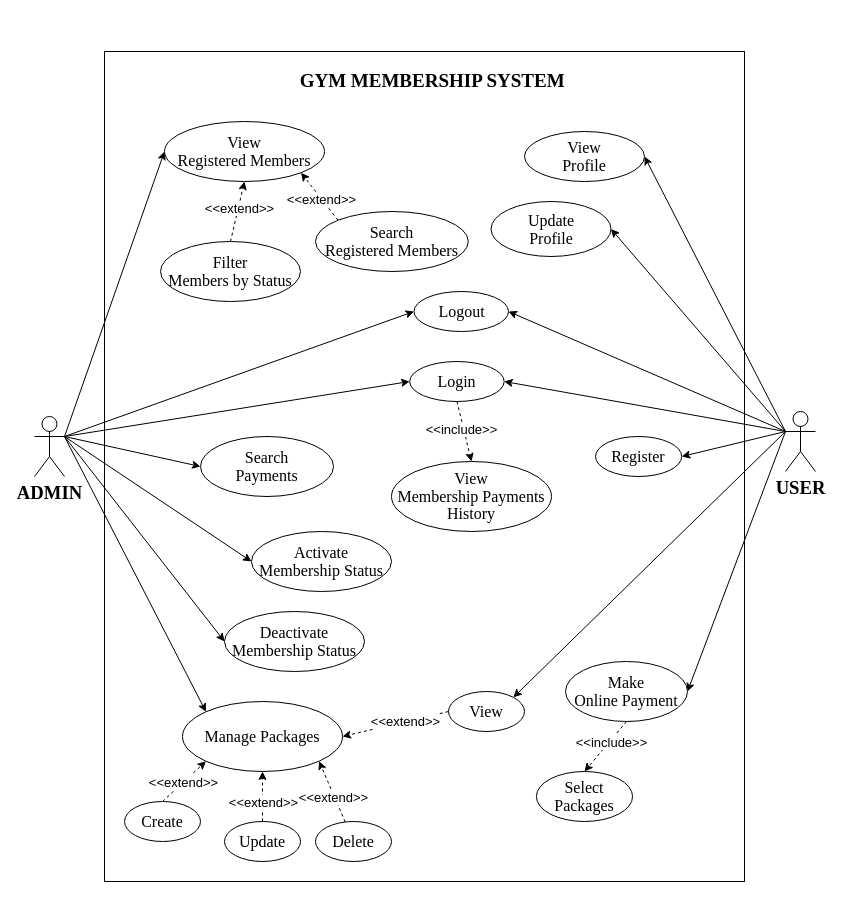
AbeSoll/Draw.io keeps this draw.io diagram as Use Case Gym_Membership.drawio. Above is the earlier version. Source tidied: cells renumbered, new cells numbered last; positions are measured from the earlier drawing's top-left corner, leaving out a move shared by most shapes. Both pictures are drawn from the tidied source at 100%, with x=0, y=0 at pixel (34, 51).
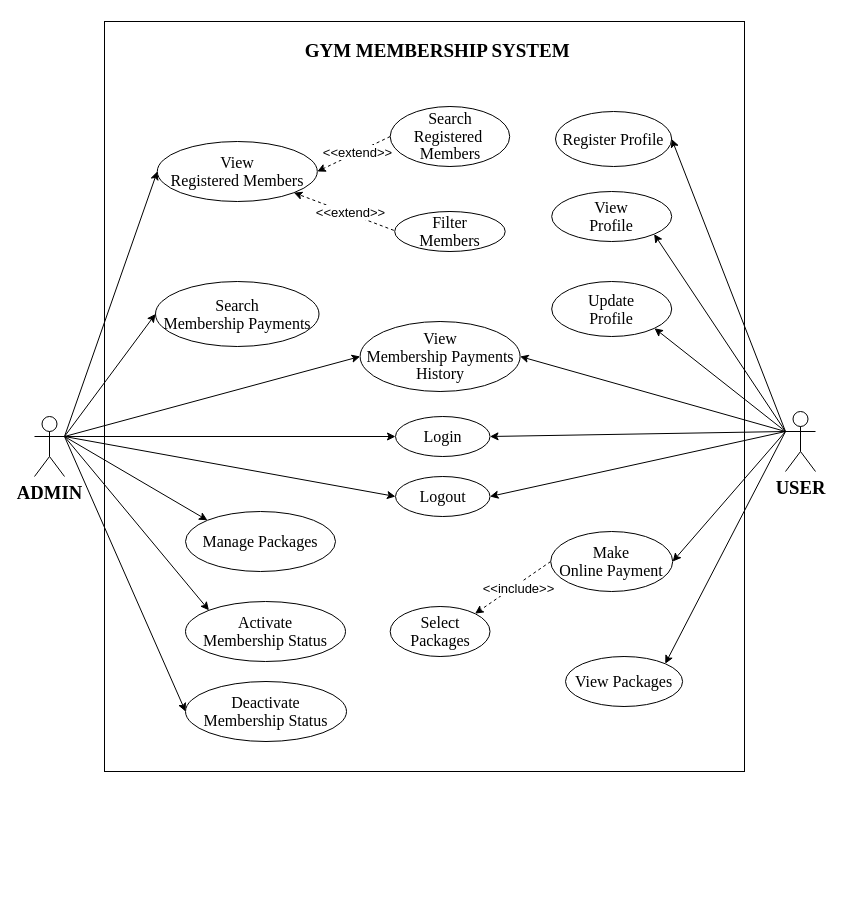
The same page after the edit.

Unchanged cells that the change refers to:
```xml
<mxCell id="10" value="&lt;b&gt;&lt;span style=&quot;font-size: 14pt; line-height: 107%; font-family: &amp;quot;Times New Roman&amp;quot;, serif;&quot;&gt;ADMIN&lt;/span&gt;&lt;/b&gt;" style="shape=umlActor;verticalLabelPosition=bottom;verticalAlign=top;html=1;outlineConnect=0;" parent="1" vertex="1">
  <mxGeometry y="365" width="30" height="60" as="geometry" />
</mxCell>
<mxCell id="18" value="&lt;b&gt;&lt;span style=&quot;font-size: 14pt; line-height: 107%; font-family: &amp;quot;Times New Roman&amp;quot;, serif;&quot;&gt;USER&lt;/span&gt;&lt;/b&gt;" style="shape=umlActor;verticalLabelPosition=bottom;verticalAlign=top;html=1;outlineConnect=0;" parent="1" vertex="1">
  <mxGeometry x="751" y="360" width="30" height="60" as="geometry" />
</mxCell>
```

The edit, as a diff of the source:
```diff
@@
     <mxCell id="2" style="rounded=0;whiteSpace=wrap;html=1;" parent="1" vertex="1">
-      <mxGeometry x="70" width="640" height="830" as="geometry" />
+      <mxGeometry x="70" y="-30" width="640" height="750" as="geometry" />
     </mxCell>
@@
-    <mxCell id="8" style="rounded=0;jettySize=auto;html=1;exitX=1;exitY=0.3333333333333333;exitDx=0;exitDy=0;exitPerimeter=0;entryX=0;entryY=0.5;entryDx=0;entryDy=0;" parent="1" edge="1" source="10" target="53">
+    <mxCell id="8" style="rounded=0;jettySize=auto;html=1;exitX=1;exitY=0.3333333333333333;exitDx=0;exitDy=0;exitPerimeter=0;entryX=0;entryY=0;entryDx=0;entryDy=0;" parent="1" edge="1" source="10" target="53">
       <mxGeometry relative="1" as="geometry" />
     </mxCell>
@@
+    <mxCell id="55" style="rounded=0;jettySize=auto;html=1;exitX=1;exitY=0.3333333333333333;exitDx=0;exitDy=0;exitPerimeter=0;entryX=0;entryY=0.5;entryDx=0;entryDy=0;" parent="1" edge="1" source="10" target="28">
+      <mxGeometry relative="1" as="geometry" />
+    </mxCell>
@@
-    <mxCell id="11" style="rounded=0;jettySize=auto;html=1;exitX=0;exitY=0.3333333333333333;exitDx=0;exitDy=0;exitPerimeter=0;entryX=1;entryY=0.5;entryDx=0;entryDy=0;" parent="1" edge="1" source="18" target="31">
+    <mxCell id="11" style="rounded=0;jettySize=auto;html=1;exitX=0;exitY=0.3333333333333333;exitDx=0;exitDy=0;exitPerimeter=0;entryX=1;entryY=1;entryDx=0;entryDy=0;" parent="1" edge="1" source="18" target="31">
       <mxGeometry relative="1" as="geometry" />
     </mxCell>
-    <mxCell id="12" style="rounded=0;jettySize=auto;html=1;exitX=0;exitY=0.3333333333333333;exitDx=0;exitDy=0;exitPerimeter=0;entryX=1;entryY=0.5;entryDx=0;entryDy=0;" parent="1" edge="1" source="18" target="35">
+    <mxCell id="12" style="rounded=0;jettySize=auto;html=1;exitX=0;exitY=0.3333333333333333;exitDx=0;exitDy=0;exitPerimeter=0;entryX=1;entryY=1;entryDx=0;entryDy=0;" parent="1" edge="1" source="18" target="35">
       <mxGeometry relative="1" as="geometry" />
     </mxCell>
@@
+    <mxCell id="56" style="rounded=0;jettySize=auto;html=1;exitX=0;exitY=0.3333333333333333;exitDx=0;exitDy=0;exitPerimeter=0;entryX=1;entryY=0.5;entryDx=0;entryDy=0;" parent="1" edge="1" source="18" target="28">
+      <mxGeometry relative="1" as="geometry" />
+    </mxCell>
@@
     <mxCell id="19" value="&lt;p class=&quot;MsoNormal&quot; align=&quot;center&quot; style=&quot;margin-bottom: 0cm; line-height: 150%;&quot;&gt;&lt;b&gt;&lt;span style=&quot;line-height: 150%; font-family: &amp;quot;Times New Roman&amp;quot;, serif;&quot;&gt;GYM MEMBERSHIP SYSTEM&amp;nbsp;&lt;/span&gt;&lt;/b&gt;&lt;/p&gt;" style="text;html=1;align=center;verticalAlign=middle;whiteSpace=wrap;rounded=0;fontStyle=1;fontSize=19;" parent="1" vertex="1">
-      <mxGeometry x="223.5" width="353" height="40" as="geometry" />
+      <mxGeometry x="229.1" y="-30" width="353" height="40" as="geometry" />
     </mxCell>
-    <mxCell id="20" value="&lt;span style=&quot;font-size: 12pt; line-height: 107%; font-family: &amp;quot;Times New Roman&amp;quot;, serif;&quot;&gt;Register&lt;/span&gt;" style="ellipse;whiteSpace=wrap;html=1;" parent="1" vertex="1">
-      <mxGeometry x="561" y="385" width="86.2" height="40" as="geometry" />
+    <mxCell id="20" value="&lt;span style=&quot;font-size: 12pt; line-height: 107%; font-family: &amp;quot;Times New Roman&amp;quot;, serif;&quot;&gt;Register Profile&lt;/span&gt;" style="ellipse;whiteSpace=wrap;html=1;" parent="1" vertex="1">
+      <mxGeometry x="521" y="60" width="116.2" height="55" as="geometry" />
     </mxCell>
     <mxCell id="21" value="&lt;span style=&quot;font-size: 12pt; line-height: 107%; font-family: &amp;quot;Times New Roman&amp;quot;, serif;&quot;&gt;View&lt;br/&gt;Registered Members&lt;/span&gt;" style="ellipse;whiteSpace=wrap;html=1;" parent="1" vertex="1">
-      <mxGeometry x="130" y="70" width="160" height="60" as="geometry" />
+      <mxGeometry x="122.8" y="90" width="160" height="60" as="geometry" />
     </mxCell>
-    <mxCell id="22" style="rounded=0;jettySize=auto;html=1;exitX=0;exitY=0;exitDx=0;exitDy=0;entryX=1;entryY=1;entryDx=0;entryDy=0;dashed=1;" parent="1" edge="1" source="24" target="21">
+    <mxCell id="22" style="rounded=0;jettySize=auto;html=1;exitX=0;exitY=0.5;exitDx=0;exitDy=0;entryX=1;entryY=0.5;entryDx=0;entryDy=0;dashed=1;" parent="1" edge="1" source="24" target="21">
       <mxGeometry relative="1" as="geometry" />
     </mxCell>
     <mxCell id="23" value="&amp;lt;&amp;lt;extend&amp;gt;&amp;gt;" style="edgeLabel;html=1;align=center;verticalAlign=middle;fontSize=13;" parent="22" vertex="1">
-      <mxGeometry x="-0.09" relative="1" as="geometry" />
+      <mxGeometry x="-0.09" relative="1" as="geometry">
+        <mxPoint y="-1" as="offset" />
+      </mxGeometry>
     </mxCell>
-    <mxCell id="24" value="&lt;span style=&quot;font-size: 12pt; line-height: 107%; font-family: &amp;quot;Times New Roman&amp;quot;, serif;&quot;&gt;Search&lt;br/&gt;Registered Members&lt;/span&gt;" style="ellipse;whiteSpace=wrap;html=1;" parent="1" vertex="1">
-      <mxGeometry x="281" y="160" width="152.8" height="60" as="geometry" />
+    <mxCell id="24" value="&lt;span style=&quot;font-size: 12pt; line-height: 107%; font-family: &amp;quot;Times New Roman&amp;quot;, serif;&quot;&gt;Search&lt;br&gt;Registered&amp;nbsp;&lt;/span&gt;&lt;div&gt;&lt;span style=&quot;font-size: 12pt; line-height: 107%; font-family: &amp;quot;Times New Roman&amp;quot;, serif;&quot;&gt;Members&lt;/span&gt;&lt;/div&gt;" style="ellipse;whiteSpace=wrap;html=1;" parent="1" vertex="1">
+      <mxGeometry x="355.7" y="55" width="119.5" height="60" as="geometry" />
     </mxCell>
-    <mxCell id="25" style="rounded=0;jettySize=auto;html=1;exitX=0.5;exitY=0;exitDx=0;exitDy=0;entryX=0.5;entryY=1;entryDx=0;entryDy=0;dashed=1;" parent="1" edge="1" source="27" target="21">
+    <mxCell id="25" style="rounded=0;jettySize=auto;html=1;exitX=0.5;exitY=1;exitDx=0;exitDy=0;entryX=1;entryY=1;entryDx=0;entryDy=0;dashed=1;" parent="1" edge="1" source="27" target="21">
       <mxGeometry relative="1" as="geometry" />
     </mxCell>
     <mxCell id="26" value="&amp;lt;&amp;lt;extend&amp;gt;&amp;gt;" style="edgeLabel;html=1;align=center;verticalAlign=middle;fontSize=13;" parent="25" vertex="1">
-      <mxGeometry x="0.12" y="-1" relative="1" as="geometry" />
+      <mxGeometry x="0.12" y="-1" relative="1" as="geometry">
+        <mxPoint x="-13" y="-6" as="offset" />
+      </mxGeometry>
     </mxCell>
-    <mxCell id="27" value="&lt;span style=&quot;font-size: 12pt; line-height: 107%; font-family: &amp;quot;Times New Roman&amp;quot;, serif;&quot;&gt;Filter&lt;br/&gt;Members by Status&lt;/span&gt;" style="ellipse;whiteSpace=wrap;html=1;" parent="1" vertex="1">
-      <mxGeometry x="126" y="190" width="140" height="60" as="geometry" />
+    <mxCell id="27" value="&lt;span class=&quot;custom-cursor-default-hover&quot; style=&quot;font-size: 12pt; line-height: 107%; font-family: &amp;quot;Times New Roman&amp;quot;, serif;&quot;&gt;Filter&lt;br&gt;Members&lt;/span&gt;" style="ellipse;whiteSpace=wrap;html=1;" parent="1" vertex="1">
+      <mxGeometry x="360.2" y="160" width="110.5" height="40" as="geometry" />
     </mxCell>
     <mxCell id="28" value="&lt;span style=&quot;font-size: 12pt; line-height: 107%; font-family: &amp;quot;Times New Roman&amp;quot;, serif;&quot;&gt;View&lt;br&gt;Membership Payments History&lt;/span&gt;" style="ellipse;whiteSpace=wrap;html=1;" parent="1" vertex="1">
-      <mxGeometry x="357" y="410" width="160" height="70" as="geometry" />
+      <mxGeometry x="325.6" y="270" width="160" height="70" as="geometry" />
     </mxCell>
-    <mxCell id="29" value="&lt;span style=&quot;font-size: 12pt; line-height: 107%; font-family: &amp;quot;Times New Roman&amp;quot;, serif;&quot;&gt;Search&lt;br/&gt;Payments&lt;/span&gt;" style="ellipse;whiteSpace=wrap;html=1;" parent="1" vertex="1">
-      <mxGeometry x="166" y="385" width="133" height="60" as="geometry" />
+    <mxCell id="29" value="&lt;span style=&quot;font-size: 12pt; line-height: 107%; font-family: &amp;quot;Times New Roman&amp;quot;, serif;&quot;&gt;Search&lt;br&gt;Membership Payments&lt;/span&gt;" style="ellipse;whiteSpace=wrap;html=1;" parent="1" vertex="1">
+      <mxGeometry x="121" y="230" width="163.5" height="65" as="geometry" />
     </mxCell>
     <mxCell id="30" value="&lt;font face=&quot;Times New Roman, serif&quot;&gt;&lt;span style=&quot;font-size: 16px;&quot;&gt;Manage Packages&lt;/span&gt;&lt;/font&gt;" style="ellipse;whiteSpace=wrap;html=1;" parent="1" vertex="1">
-      <mxGeometry x="148" y="650" width="160" height="70" as="geometry" />
+      <mxGeometry x="151" y="460" width="150" height="60" as="geometry" />
     </mxCell>
     <mxCell id="31" value="&lt;span style=&quot;font-size: 12pt; line-height: 107%; font-family: &amp;quot;Times New Roman&amp;quot;, serif;&quot;&gt;View&lt;br/&gt;Profile&lt;/span&gt;" style="ellipse;whiteSpace=wrap;html=1;" parent="1" vertex="1">
-      <mxGeometry x="490" y="80" width="120" height="50" as="geometry" />
+      <mxGeometry x="517.2" y="140" width="120" height="50" as="geometry" />
     </mxCell>
-    <mxCell id="32" style="rounded=0;jettySize=auto;html=1;exitX=0.5;exitY=1;exitDx=0;exitDy=0;entryX=0.5;entryY=0;entryDx=0;entryDy=0;dashed=1;" parent="1" edge="1" source="34" target="28">
-      <mxGeometry relative="1" as="geometry" />
-    </mxCell>
-    <mxCell id="33" value="&amp;lt;&amp;lt;include&amp;gt;&amp;gt;" style="edgeLabel;html=1;align=center;verticalAlign=middle;fontSize=13;" parent="32" vertex="1">
-      <mxGeometry x="-0.2" y="-4" relative="1" as="geometry">
-        <mxPoint x="2" y="2" as="offset" />
-      </mxGeometry>
-    </mxCell>
     <mxCell id="34" value="&lt;span style=&quot;font-size: 12pt; line-height: 107%; font-family: &amp;quot;Times New Roman&amp;quot;, serif;&quot;&gt;Login&lt;/span&gt;" style="ellipse;whiteSpace=wrap;html=1;" parent="1" vertex="1">
-      <mxGeometry x="375.2" y="310" width="94.5" height="40" as="geometry" />
+      <mxGeometry x="361" y="365" width="94.5" height="40" as="geometry" />
     </mxCell>
     <mxCell id="35" value="&lt;span style=&quot;font-size: 12pt; line-height: 107%; font-family: &amp;quot;Times New Roman&amp;quot;, serif;&quot;&gt;Update&lt;br/&gt;Profile&lt;/span&gt;" style="ellipse;whiteSpace=wrap;html=1;" parent="1" vertex="1">
-      <mxGeometry x="456.5" y="150" width="120" height="55" as="geometry" />
+      <mxGeometry x="517.2" y="230" width="120" height="55" as="geometry" />
     </mxCell>
     <mxCell id="36" value="&lt;span style=&quot;font-size: 12pt; line-height: 107%; font-family: &amp;quot;Times New Roman&amp;quot;, serif;&quot;&gt;Select&lt;br/&gt;Packages&lt;/span&gt;" style="ellipse;whiteSpace=wrap;html=1;" parent="1" vertex="1">
-      <mxGeometry x="501.9" y="720" width="96.2" height="50" as="geometry" />
+      <mxGeometry x="355.7" y="555" width="99.8" height="50" as="geometry" />
     </mxCell>
-    <mxCell id="37" style="rounded=0;jettySize=auto;html=1;exitX=0.5;exitY=1;exitDx=0;exitDy=0;entryX=0.5;entryY=0;entryDx=0;entryDy=0;dashed=1;" parent="1" edge="1" source="39" target="36">
+    <mxCell id="37" style="rounded=0;jettySize=auto;html=1;exitX=0;exitY=0.5;exitDx=0;exitDy=0;entryX=1;entryY=0;entryDx=0;entryDy=0;dashed=1;" parent="1" edge="1" source="39" target="36">
       <mxGeometry relative="1" as="geometry" />
     </mxCell>
     <mxCell id="38" value="&amp;lt;&amp;lt;include&amp;gt;&amp;gt;" style="edgeLabel;html=1;align=center;verticalAlign=middle;fontSize=13;" parent="37" vertex="1">
       <mxGeometry x="-0.21" y="2" relative="1" as="geometry">
-        <mxPoint y="-1" as="offset" />
+        <mxPoint x="-4" y="4" as="offset" />
       </mxGeometry>
     </mxCell>
     <mxCell id="39" value="&lt;span style=&quot;font-size: 12pt; line-height: 107%; font-family: &amp;quot;Times New Roman&amp;quot;, serif;&quot;&gt;Make&lt;br/&gt;Online Payment&lt;/span&gt;" style="ellipse;whiteSpace=wrap;html=1;" parent="1" vertex="1">
-      <mxGeometry x="531" y="610" width="122" height="60" as="geometry" />
+      <mxGeometry x="516.2" y="480" width="122" height="60" as="geometry" />
     </mxCell>
-    <mxCell id="40" style="rounded=0;jettySize=auto;html=1;exitX=0.5;exitY=0;exitDx=0;exitDy=0;entryX=0;entryY=1;entryDx=0;entryDy=0;dashed=1;" parent="1" edge="1" source="41" target="30">
-      <mxGeometry relative="1" as="geometry" />
-    </mxCell>
-    <mxCell id="41" value="&lt;span style=&quot;font-size: 12pt; line-height: 107%; font-family: &amp;quot;Times New Roman&amp;quot;, serif;&quot;&gt;Create&lt;/span&gt;" style="ellipse;whiteSpace=wrap;html=1;" parent="1" vertex="1">
-      <mxGeometry x="90" y="750" width="76" height="40" as="geometry" />
-    </mxCell>
-    <mxCell id="42" style="rounded=0;jettySize=auto;html=1;exitX=0.5;exitY=0;exitDx=0;exitDy=0;entryX=0.5;entryY=1;entryDx=0;entryDy=0;dashed=1;" parent="1" edge="1" source="43" target="30">
-      <mxGeometry relative="1" as="geometry" />
-    </mxCell>
-    <mxCell id="43" value="&lt;font face=&quot;Times New Roman, serif&quot;&gt;&lt;span style=&quot;font-size: 16px;&quot;&gt;Update&lt;/span&gt;&lt;/font&gt;" style="ellipse;whiteSpace=wrap;html=1;" parent="1" vertex="1">
-      <mxGeometry x="190" y="770" width="76" height="40" as="geometry" />
-    </mxCell>
-    <mxCell id="44" style="rounded=0;jettySize=auto;html=1;exitX=0;exitY=0.5;exitDx=0;exitDy=0;entryX=1;entryY=0.5;entryDx=0;entryDy=0;dashed=1;" parent="1" edge="1" source="46" target="30">
-      <mxGeometry relative="1" as="geometry" />
-    </mxCell>
-    <mxCell id="45" value="&amp;lt;&amp;lt;extend&amp;gt;&amp;gt;" style="edgeLabel;html=1;align=center;verticalAlign=middle;fontSize=13;" parent="44" vertex="1">
-      <mxGeometry x="-0.15" y="-1" relative="1" as="geometry">
-        <mxPoint x="2" as="offset" />
-      </mxGeometry>
-    </mxCell>
-    <mxCell id="46" value="&lt;font face=&quot;Times New Roman, serif&quot;&gt;&lt;span style=&quot;font-size: 16px;&quot;&gt;View&lt;/span&gt;&lt;/font&gt;" style="ellipse;whiteSpace=wrap;html=1;" parent="1" vertex="1">
-      <mxGeometry x="414" y="640" width="76" height="40" as="geometry" />
+    <mxCell id="46" value="&lt;font face=&quot;Times New Roman, serif&quot;&gt;&lt;span class=&quot;custom-cursor-default-hover&quot; style=&quot;font-size: 16px;&quot;&gt;View Packages&lt;/span&gt;&lt;/font&gt;" style="ellipse;whiteSpace=wrap;html=1;" parent="1" vertex="1">
+      <mxGeometry x="531" y="605" width="117.1" height="50" as="geometry" />
     </mxCell>
-    <mxCell id="47" style="rounded=0;jettySize=auto;html=1;entryX=1;entryY=1;entryDx=0;entryDy=0;dashed=1;" parent="1" edge="1" source="52" target="30">
-      <mxGeometry relative="1" as="geometry" />
-    </mxCell>
-    <mxCell id="48" value="&amp;lt;&amp;lt;extend&amp;gt;&amp;gt;" style="edgeLabel;html=1;align=center;verticalAlign=middle;fontSize=13;" parent="47" vertex="1">
-      <mxGeometry x="-0.16" y="1" relative="1" as="geometry" />
-    </mxCell>
-    <mxCell id="49" value="&lt;span style=&quot;font-size: 12pt; line-height: 107%; font-family: &amp;quot;Times New Roman&amp;quot;, serif;&quot;&gt;Logout&lt;/span&gt;" style="ellipse;whiteSpace=wrap;html=1;" parent="1" vertex="1">
-      <mxGeometry x="379.5" y="240" width="94.5" height="40" as="geometry" />
-    </mxCell>
-    <mxCell id="50" value="&amp;lt;&amp;lt;extend&amp;gt;&amp;gt;" style="edgeLabel;html=1;align=center;verticalAlign=middle;fontSize=13;" parent="1" vertex="1">
-      <mxGeometry x="228" y="750" as="geometry" />
-    </mxCell>
-    <mxCell id="51" value="&amp;lt;&amp;lt;extend&amp;gt;&amp;gt;" style="edgeLabel;html=1;align=center;verticalAlign=middle;fontSize=13;" parent="1" vertex="1">
-      <mxGeometry x="148" y="730" as="geometry" />
-    </mxCell>
-    <mxCell id="52" value="&lt;font face=&quot;Times New Roman, serif&quot;&gt;&lt;span style=&quot;font-size: 16px;&quot;&gt;Delete&lt;/span&gt;&lt;/font&gt;" style="ellipse;whiteSpace=wrap;html=1;" parent="1" vertex="1">
-      <mxGeometry x="281" y="770" width="76" height="40" as="geometry" />
-    </mxCell>
     <mxCell id="53" value="&lt;span style=&quot;font-size: 12pt; line-height: 107%; font-family: &amp;quot;Times New Roman&amp;quot;, serif;&quot;&gt;Activate&lt;br/&gt;Membership Status&lt;/span&gt;" style="ellipse;whiteSpace=wrap;html=1;" parent="1" vertex="1">
-      <mxGeometry x="217" y="480" width="140" height="60" as="geometry" />
+      <mxGeometry x="151" y="550" width="160" height="60" as="geometry" />
     </mxCell>
     <mxCell id="54" value="&lt;span style=&quot;font-size: 12pt; line-height: 107%; font-family: &amp;quot;Times New Roman&amp;quot;, serif;&quot;&gt;Deactivate&lt;br&gt;Membership Status&lt;/span&gt;" style="ellipse;whiteSpace=wrap;html=1;" parent="1" vertex="1">
-      <mxGeometry x="190" y="560" width="140" height="60" as="geometry" />
+      <mxGeometry x="151" y="630" width="161" height="60" as="geometry" />
     </mxCell>
+    <mxCell id="49" value="&lt;span style=&quot;font-size: 12pt; line-height: 107%; font-family: &amp;quot;Times New Roman&amp;quot;, serif;&quot;&gt;Logout&lt;/span&gt;" style="ellipse;whiteSpace=wrap;html=1;" parent="1" vertex="1">
+      <mxGeometry x="361" y="425" width="94.5" height="40" as="geometry" />
+    </mxCell>
```
